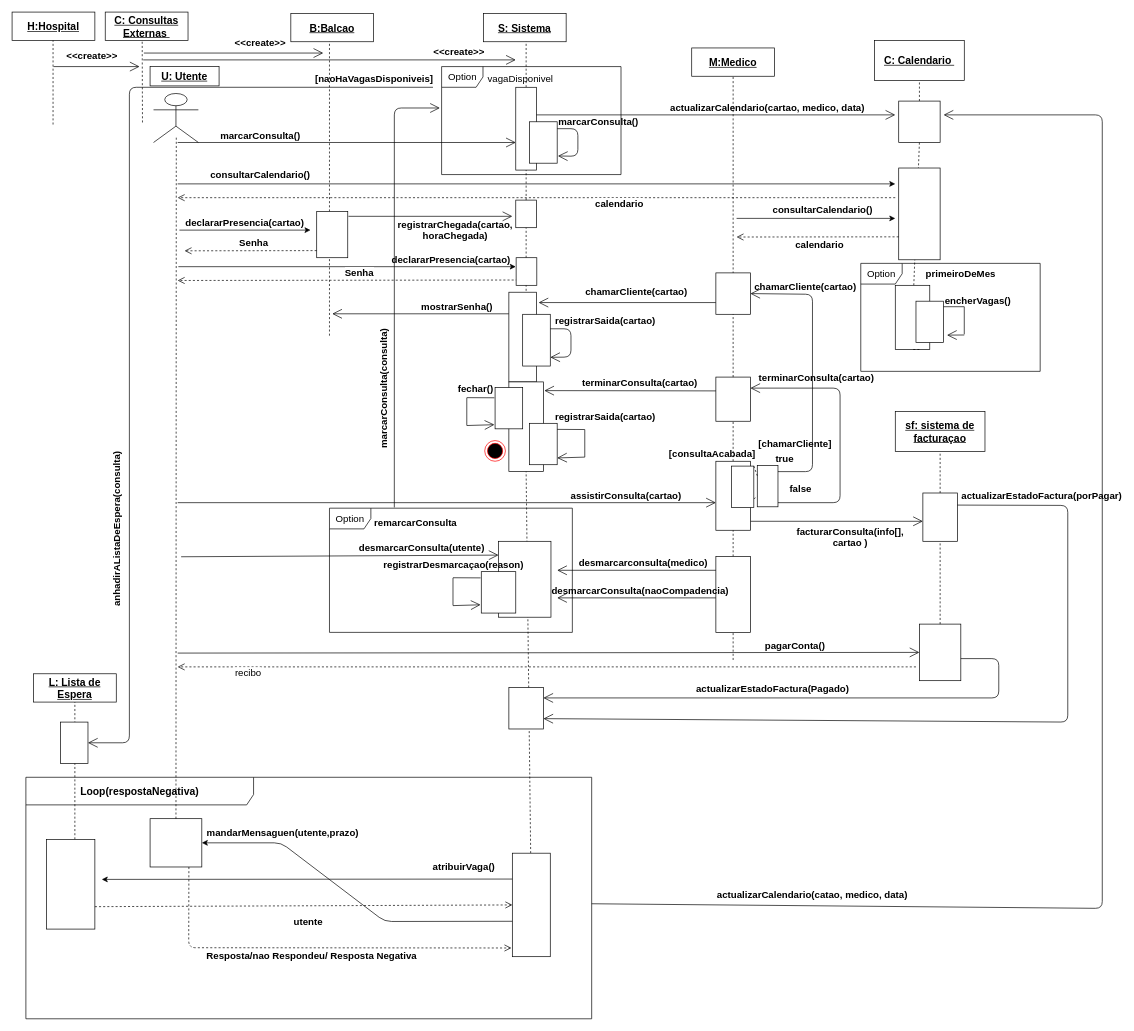
The draw.io diagram DiagramaDeSequencia.drawio in getSierralta/Si-Centro-Hospitalar-Upskill, before the edit. Source tidied: cells renumbered, new cells numbered last; positions are measured from the earlier drawing's top-left corner, leaving out a move shared by most shapes. Both pictures are drawn from the tidied source at 69%, with x=0, y=0 at pixel (12, 12).
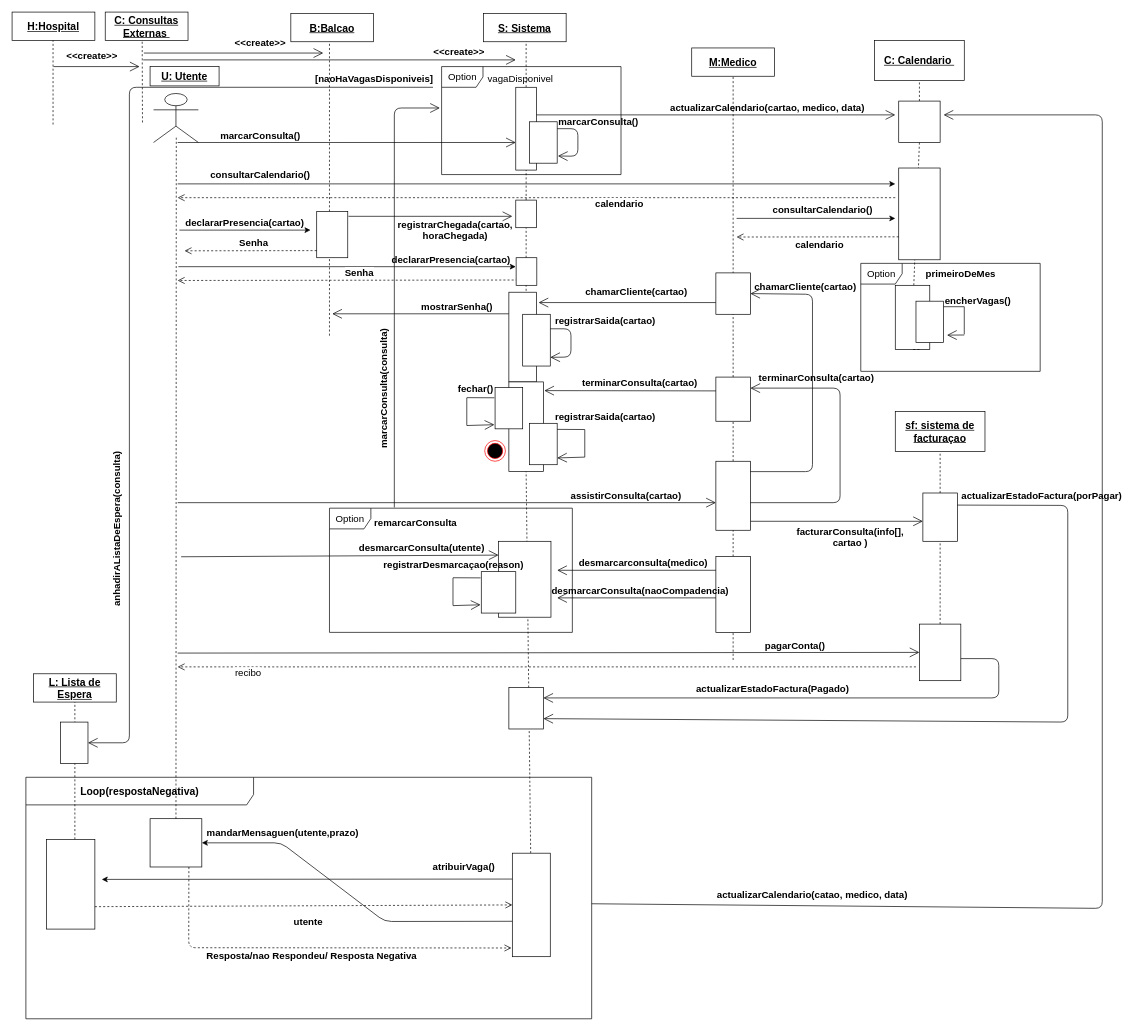
Above is the later version.

Commit message:
ver 5. loop quando a consulta acaba modificado

The change refers to these unchanged cells:
```xml
<mxCell id="43" style="rounded=0;whiteSpace=wrap;html=1;" parent="1" vertex="1">
  <mxGeometry x="1020" y="529" width="50" height="64" as="geometry" />
</mxCell>
<mxCell id="49" style="rounded=0;whiteSpace=wrap;html=1;" parent="1" vertex="1">
  <mxGeometry x="1020" y="651" width="50" height="100" as="geometry" />
</mxCell>
<mxCell id="93" style="rounded=0;whiteSpace=wrap;html=1;" parent="1" vertex="1">
  <mxGeometry x="1020" y="378" width="50" height="60" as="geometry" />
</mxCell>
```

Change to the diagram source:
```diff
@@
-    <mxCell id="36" style="rounded=0;whiteSpace=wrap;html=1;" parent="1" vertex="1">
-      <mxGeometry x="1080" y="657" width="30" height="60" as="geometry" />
-    </mxCell>
-    <mxCell id="37" style="endArrow=none;dashed=1;html=1;exitX=1;exitY=0;exitDx=0;exitDy=0;entryX=0;entryY=0.25;entryDx=0;entryDy=0;" parent="1" edge="1" source="156" target="36">
-      <mxGeometry relative="1" as="geometry" />
-    </mxCell>
-    <mxCell id="38" style="endArrow=none;dashed=1;html=1;entryX=0;entryY=0.75;entryDx=0;entryDy=0;exitX=1;exitY=0.58;exitDx=0;exitDy=0;exitPerimeter=0;" parent="1" edge="1" source="49" target="36">
-      <mxGeometry relative="1" as="geometry" />
-    </mxCell>
@@
-    <mxCell id="41" value="true" style="text;html=1;strokeColor=none;fillColor=none;align=center;verticalAlign=middle;whiteSpace=wrap;rounded=0;fontStyle=1;fontSize=14;" parent="1" vertex="1">
-      <mxGeometry x="1100" y="637" width="40" height="20" as="geometry" />
-    </mxCell>
-    <mxCell id="42" value="false" style="text;html=1;strokeColor=none;fillColor=none;align=center;verticalAlign=middle;whiteSpace=wrap;rounded=0;fontStyle=1;fontSize=14;" parent="1" vertex="1">
-      <mxGeometry x="1123" y="666" width="40" height="50" as="geometry" />
-    </mxCell>
@@
-    <mxCell id="153" value="[chamarCliente]" style="text;html=1;strokeColor=none;fillColor=none;align=center;verticalAlign=middle;whiteSpace=wrap;rounded=0;fontStyle=1;fontSize=14;" parent="1" vertex="1">
-      <mxGeometry x="1090" y="616" width="90" height="20" as="geometry" />
-    </mxCell>
     <mxCell id="154" style="endArrow=open;endFill=1;endSize=12;html=1;entryX=1;entryY=0.5;entryDx=0;entryDy=0;" parent="1" edge="1" target="93">
       <mxGeometry relative="1" as="geometry">
-        <mxPoint x="1110" y="666" as="sourcePoint" />
+        <mxPoint x="1070" y="666" as="sourcePoint" />
         <Array as="points">
           <mxPoint x="1160" y="666" />
           <mxPoint x="1160" y="409" />
         </Array>
       </mxGeometry>
     </mxCell>
     <mxCell id="155" style="endArrow=open;endFill=1;endSize=12;html=1;entryX=1;entryY=0.25;entryDx=0;entryDy=0;" parent="1" edge="1" target="43">
       <mxGeometry relative="1" as="geometry">
-        <mxPoint x="1110" y="711" as="sourcePoint" />
+        <mxPoint x="1070" y="711" as="sourcePoint" />
         <Array as="points">
           <mxPoint x="1200" y="711" />
           <mxPoint x="1200" y="545" />
         </Array>
       </mxGeometry>
     </mxCell>
-    <mxCell id="156" style="rounded=0;whiteSpace=wrap;html=1;" parent="1" vertex="1">
-      <mxGeometry x="1042.5" y="658" width="32.5" height="60" as="geometry" />
-    </mxCell>
-    <mxCell id="157" value="&lt;b&gt;&lt;font style=&quot;font-size: 14px&quot;&gt;[consultaAcabada]&lt;/font&gt;&lt;/b&gt;" style="text;html=1;strokeColor=none;fillColor=none;align=center;verticalAlign=middle;whiteSpace=wrap;rounded=0;" parent="1" vertex="1">
-      <mxGeometry x="940" y="631" width="150" height="20" as="geometry" />
-    </mxCell>
```
